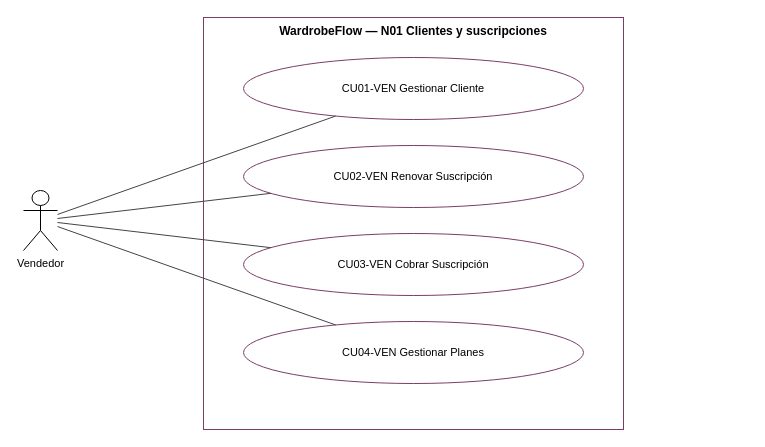
Earlier version of the draw.io diagram docs/diagramas/drawio/CU_n01_clientes_suscripciones.drawio (valentinamorana/Trabajo-de-Diploma). Source tidied: cells renumbered, new cells numbered last; positions are measured from the earlier drawing's top-left corner, leaving out a move shared by most shapes. Both pictures are drawn from the tidied source at 100%, with x=0, y=0 at pixel (23, 17).
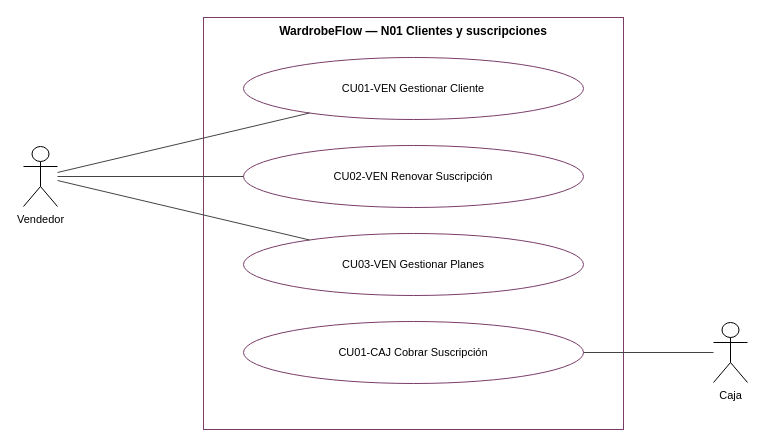
The same page after the edit.

What changed in the source:
```diff
@@
 <mxGraphModel>
   <root>
     <mxCell id="0" />
     <mxCell id="1" parent="0" />
     <mxCell id="2" value="WardrobeFlow — N01 Clientes y suscripciones" style="rounded=0;whiteSpace=wrap;html=1;fillColor=none;strokeColor=#7a3d68;verticalAlign=top;fontStyle=1;fontSize=12;" parent="1" vertex="1">
       <mxGeometry x="180" width="420" height="412" as="geometry" />
     </mxCell>
     <mxCell id="3" value="CU01-VEN Gestionar Cliente" style="ellipse;whiteSpace=wrap;html=1;fillColor=#FFFFFF;strokeColor=#7a3d68;fontSize=11;" parent="1" vertex="1">
       <mxGeometry x="220" y="40" width="340" height="62" as="geometry" />
     </mxCell>
     <mxCell id="4" value="CU02-VEN Renovar Suscripción" style="ellipse;whiteSpace=wrap;html=1;fillColor=#FFFFFF;strokeColor=#7a3d68;fontSize=11;" parent="1" vertex="1">
       <mxGeometry x="220" y="128" width="340" height="62" as="geometry" />
     </mxCell>
-    <mxCell id="5" value="CU03-VEN Cobrar Suscripción" style="ellipse;whiteSpace=wrap;html=1;fillColor=#FFFFFF;strokeColor=#7a3d68;fontSize=11;" parent="1" vertex="1">
+    <mxCell id="5" value="CU03-VEN Gestionar Planes" style="ellipse;whiteSpace=wrap;html=1;fillColor=#FFFFFF;strokeColor=#7a3d68;fontSize=11;" parent="1" vertex="1">
       <mxGeometry x="220" y="216" width="340" height="62" as="geometry" />
     </mxCell>
-    <mxCell id="6" value="CU04-VEN Gestionar Planes" style="ellipse;whiteSpace=wrap;html=1;fillColor=#FFFFFF;strokeColor=#7a3d68;fontSize=11;" parent="1" vertex="1">
+    <mxCell id="6" value="CU01-CAJ Cobrar Suscripción" style="ellipse;whiteSpace=wrap;html=1;fillColor=#FFFFFF;strokeColor=#7a3d68;fontSize=11;" parent="1" vertex="1">
       <mxGeometry x="220" y="304" width="340" height="62" as="geometry" />
     </mxCell>
     <mxCell id="7" value="Vendedor" style="shape=umlActor;verticalLabelPosition=bottom;verticalAlign=top;html=1;outlineConnect=0;fontSize=11;" parent="1" vertex="1">
-      <mxGeometry y="173" width="34" height="60" as="geometry" />
+      <mxGeometry y="129" width="34" height="60" as="geometry" />
     </mxCell>
-    <mxCell id="8" style="html=1;endArrow=none;strokeColor=#444;" parent="1" edge="1" source="7" target="3">
-      <mxGeometry relative="1" as="geometry" />
+    <mxCell id="8" value="Caja" style="shape=umlActor;verticalLabelPosition=bottom;verticalAlign=top;html=1;outlineConnect=0;fontSize=11;" parent="1" vertex="1">
+      <mxGeometry x="690" y="305" width="34" height="60" as="geometry" />
     </mxCell>
-    <mxCell id="9" style="html=1;endArrow=none;strokeColor=#444;" parent="1" edge="1" source="7" target="4">
+    <mxCell id="9" style="html=1;endArrow=none;strokeColor=#444;" parent="1" edge="1" source="7" target="3">
       <mxGeometry relative="1" as="geometry" />
     </mxCell>
-    <mxCell id="10" style="html=1;endArrow=none;strokeColor=#444;" parent="1" edge="1" source="7" target="5">
+    <mxCell id="10" style="html=1;endArrow=none;strokeColor=#444;" parent="1" edge="1" source="7" target="4">
       <mxGeometry relative="1" as="geometry" />
     </mxCell>
-    <mxCell id="11" style="html=1;endArrow=none;strokeColor=#444;" parent="1" edge="1" source="7" target="6">
+    <mxCell id="11" style="html=1;endArrow=none;strokeColor=#444;" parent="1" edge="1" source="7" target="5">
       <mxGeometry relative="1" as="geometry" />
     </mxCell>
+    <mxCell id="12" style="html=1;endArrow=none;strokeColor=#444;" parent="1" edge="1" source="8" target="6">
+      <mxGeometry relative="1" as="geometry" />
+    </mxCell>
   </root>
 </mxGraphModel>
```
